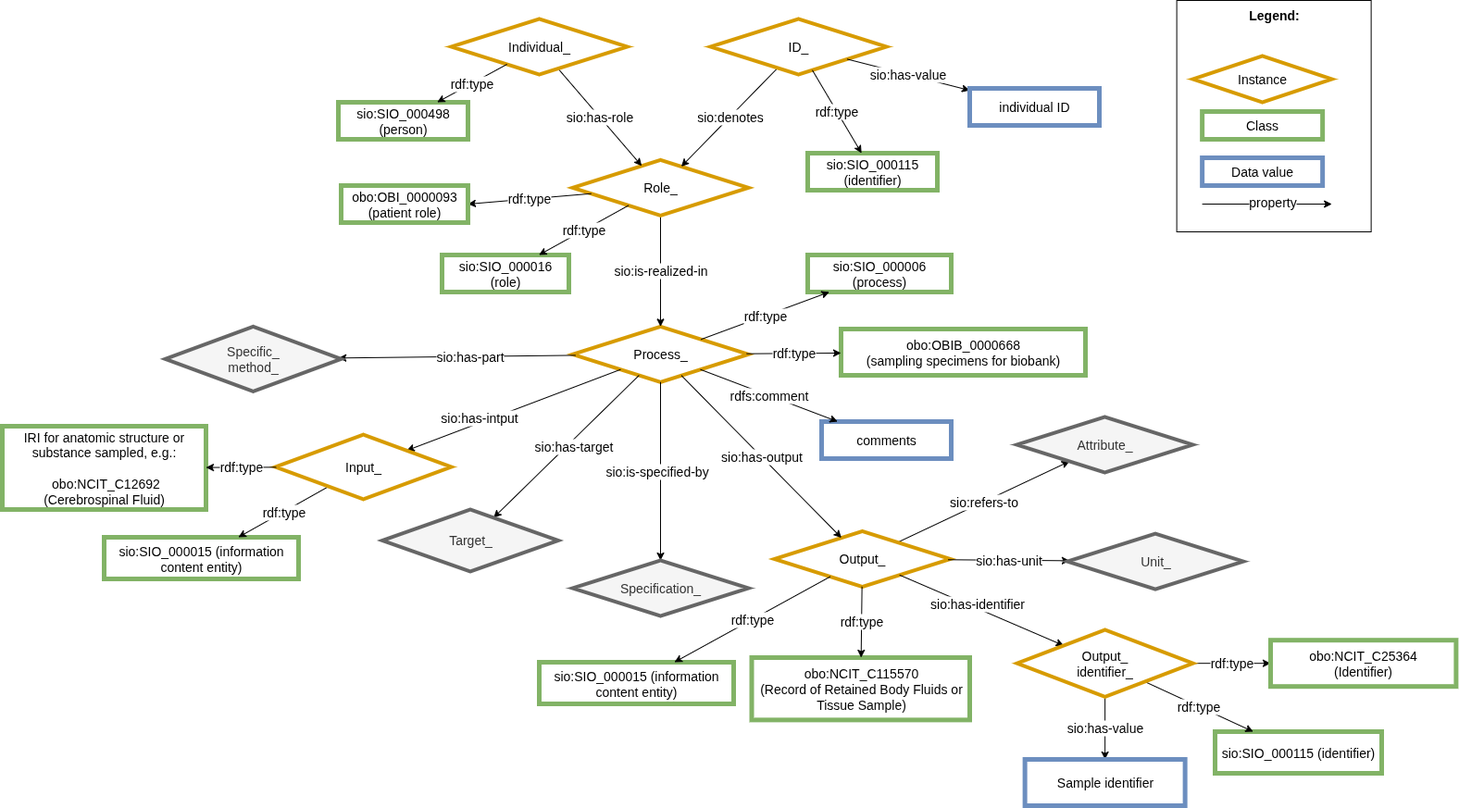
Earlier version of the draw.io export images/CARE-SM-Biobank.drawio.png (CARE-SM/CARE-Semantic-Model). Source tidied: cells renumbered, new cells last; positions are measured from the earlier drawing's top-left corner, leaving out a move shared by most shapes.
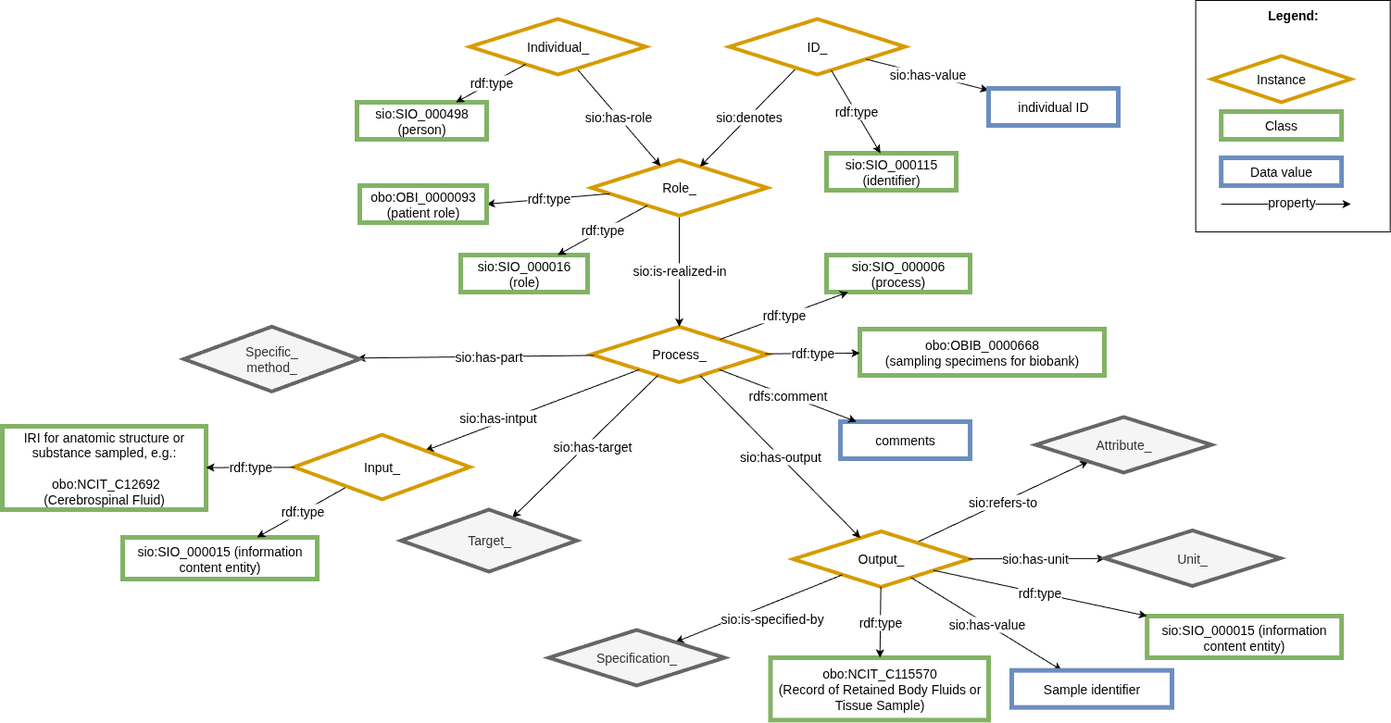
The same diagram one commit later.

Diff of the diagram source:
```diff
@@ -18,7 +18,7 @@
       <mxGeometry x="870" y="275" width="155" height="40" as="geometry" />
     </mxCell>
     <mxCell id="7" value="&lt;font style=&quot;font-size: 14px;&quot;&gt;sio:SIO_000015 (information content entity)&lt;/font&gt;" style="whiteSpace=wrap;html=1;fillColor=#FFFFFF;strokeColor=#82b366;strokeWidth=5;fontSize=14;" parent="1" vertex="1">
-      <mxGeometry x="580" y="715" width="210" height="45" as="geometry" />
+      <mxGeometry x="1216.1" y="665" width="210" height="45" as="geometry" />
     </mxCell>
     <mxCell id="8" value="Role_" style="rhombus;whiteSpace=wrap;html=1;fillColor=#FFFFFF;strokeColor=#D79B00;perimeter=rhombusPerimeter;arcSize=20;comic=0;enumerate=0;strokeWidth=4;rounded=0;fontSize=14;" parent="1" vertex="1">
       <mxGeometry x="616" y="172.4" width="190" height="60" as="geometry" />
@@ -55,7 +55,7 @@
         <mxPoint x="-61" y="18" as="offset" />
       </mxGeometry>
     </mxCell>
-    <mxCell id="19" style="edgeStyle=none;rounded=0;jettySize=auto;html=1;strokeWidth=1;fontSize=14;" parent="1" edge="1" source="4" target="21">
+    <mxCell id="19" style="edgeStyle=none;rounded=0;jettySize=auto;html=1;strokeWidth=1;fontSize=14;" parent="1" edge="1" source="3" target="21">
       <mxGeometry relative="1" as="geometry" />
     </mxCell>
     <mxCell id="20" value="sio:is-specified-by" style="edgeLabel;html=1;align=center;verticalAlign=middle;fontSize=14;" parent="19" vertex="1">
@@ -64,7 +64,7 @@
       </mxGeometry>
     </mxCell>
     <mxCell id="21" value="Specification_" style="rhombus;whiteSpace=wrap;html=1;fillColor=#f5f5f5;strokeColor=#666666;perimeter=rhombusPerimeter;arcSize=20;comic=0;enumerate=0;strokeWidth=4;rounded=0;fontSize=14;fontColor=#333333;" parent="1" vertex="1">
-      <mxGeometry x="616" y="605" width="190" height="60" as="geometry" />
+      <mxGeometry x="570" y="680" width="190" height="60" as="geometry" />
     </mxCell>
     <mxCell id="22" style="edgeStyle=none;rounded=0;jettySize=auto;html=1;fontSize=14;" parent="1" edge="1" source="3" target="53">
       <mxGeometry relative="1" as="geometry" />
@@ -114,31 +114,17 @@
         <mxPoint x="-13" y="1" as="offset" />
       </mxGeometry>
     </mxCell>
-    <mxCell id="35" style="edgeStyle=none;rounded=0;jettySize=auto;html=1;fontSize=14;" parent="1" edge="1" source="3" target="55">
-      <mxGeometry relative="1" as="geometry" />
-    </mxCell>
-    <mxCell id="36" value="sio:has-identifier" style="edgeLabel;html=1;align=center;verticalAlign=middle;fontSize=14;" parent="35" vertex="1">
-      <mxGeometry x="-0.21" y="-1" relative="1" as="geometry">
-        <mxPoint x="13" y="-1" as="offset" />
-      </mxGeometry>
-    </mxCell>
     <mxCell id="37" value="rdf:type" style="edgeStyle=none;rounded=0;jettySize=auto;html=1;fontSize=14;" parent="1" edge="1" source="8" target="14">
       <mxGeometry relative="1" as="geometry" />
     </mxCell>
     <mxCell id="38" value="rdf:type" style="edgeStyle=none;rounded=0;jettySize=auto;html=1;fontSize=14;" parent="1" edge="1" source="10" target="15">
       <mxGeometry relative="1" as="geometry" />
     </mxCell>
-    <mxCell id="39" value="rdf:type" style="edgeStyle=none;rounded=0;jettySize=auto;html=1;fontSize=14;" parent="1" edge="1" source="55" target="40">
-      <mxGeometry relative="1" as="geometry" />
-    </mxCell>
-    <mxCell id="40" value="&lt;div style=&quot;font-size: 14px;&quot;&gt;obo:NCIT_C25364&lt;/div&gt;&lt;div style=&quot;font-size: 14px;&quot;&gt;(Identifier)&lt;/div&gt;" style="whiteSpace=wrap;html=1;fillColor=#FFFFFF;strokeColor=#82b366;strokeWidth=5;fontSize=14;" parent="1" vertex="1">
-      <mxGeometry x="1370" y="691.2" width="200.4" height="50" as="geometry" />
-    </mxCell>
-    <mxCell id="41" value="sio:has-value" style="rounded=0;jettySize=auto;html=1;fontSize=14;" parent="1" edge="1" source="55" target="42">
+    <mxCell id="41" value="sio:has-value" style="rounded=0;jettySize=auto;html=1;fontSize=14;" parent="1" edge="1" source="3" target="42">
       <mxGeometry relative="1" as="geometry" />
     </mxCell>
     <mxCell id="42" value="&lt;div style=&quot;font-size: 14px;&quot;&gt;Sample identifier&lt;/div&gt;" style="whiteSpace=wrap;html=1;fillColor=#FFFFFF;strokeColor=#6c8ebf;strokeWidth=5;fontSize=14;" parent="1" vertex="1">
-      <mxGeometry x="1104.6" y="820" width="173" height="50" as="geometry" />
+      <mxGeometry x="1070" y="723.7" width="173" height="40" as="geometry" />
     </mxCell>
     <mxCell id="43" value="rdf:type" style="edgeStyle=none;rounded=0;jettySize=auto;html=1;entryX=1;entryY=0.5;entryDx=0;entryDy=0;fontSize=14;" parent="1" edge="1" source="8" target="44">
       <mxGeometry relative="1" as="geometry" />
@@ -167,18 +153,9 @@
     <mxCell id="51" value="rdf:type" style="edgeStyle=none;rounded=0;jettySize=auto;html=1;fontSize=14;" parent="1" edge="1" source="4" target="6">
       <mxGeometry relative="1" as="geometry" />
     </mxCell>
-    <mxCell id="52" value="&lt;font style=&quot;font-size: 14px;&quot;&gt;sio:SIO_000115 (identifier)&lt;/font&gt;" style="whiteSpace=wrap;html=1;fillColor=#FFFFFF;strokeColor=#82b366;strokeWidth=5;fontSize=14;" parent="1" vertex="1">
-      <mxGeometry x="1310" y="790" width="180" height="45" as="geometry" />
-    </mxCell>
     <mxCell id="53" value="Unit_" style="rhombus;whiteSpace=wrap;html=1;fillColor=#f5f5f5;strokeColor=#666666;perimeter=rhombusPerimeter;arcSize=20;comic=0;enumerate=0;strokeWidth=4;rounded=0;fontSize=14;fontColor=#333333;" parent="1" vertex="1">
-      <mxGeometry x="1150.5" y="576.1" width="190" height="60" as="geometry" />
+      <mxGeometry x="1170" y="572.5" width="190" height="60" as="geometry" />
     </mxCell>
-    <mxCell id="54" value="rdf:type" style="edgeStyle=none;rounded=0;jettySize=auto;html=1;fontSize=14;" parent="1" edge="1" source="55" target="52">
-      <mxGeometry relative="1" as="geometry" />
-    </mxCell>
-    <mxCell id="55" value="Output_&lt;div&gt;identifier_&lt;/div&gt;" style="rhombus;whiteSpace=wrap;html=1;fillColor=#FFFFFF;strokeColor=#D79B00;perimeter=rhombusPerimeter;arcSize=20;comic=0;enumerate=0;strokeWidth=4;rounded=0;fontSize=14;" parent="1" vertex="1">
-      <mxGeometry x="1096.1" y="680" width="190" height="72.4" as="geometry" />
-    </mxCell>
     <mxCell id="56" value="Target_" style="rhombus;whiteSpace=wrap;html=1;fillColor=#f5f5f5;strokeColor=#666666;perimeter=rhombusPerimeter;arcSize=20;comic=0;enumerate=0;strokeWidth=4;rounded=0;fontColor=#333333;fontSize=14;" parent="1" vertex="1">
       <mxGeometry x="410.5" y="550" width="190" height="67" as="geometry" />
     </mxCell>
@@ -198,7 +175,7 @@
       <mxGeometry x="295" y="469.1" width="190" height="69.8" as="geometry" />
     </mxCell>
     <mxCell id="62" value="&lt;div style=&quot;font-size: 14px;&quot;&gt;&lt;div style=&quot;font-size: 14px;&quot;&gt;&lt;div style=&quot;font-size: 14px;&quot;&gt;IRI for anatomic structure or substance sampled,&amp;nbsp;&lt;span style=&quot;background-color: transparent; color: light-dark(rgb(0, 0, 0), rgb(255, 255, 255));&quot;&gt;e.g.:&lt;/span&gt;&lt;/div&gt;&lt;div style=&quot;font-size: 14px;&quot;&gt;&lt;span style=&quot;background-color: transparent; color: light-dark(rgb(0, 0, 0), rgb(255, 255, 255));&quot;&gt;&lt;br&gt;&lt;/span&gt;&lt;/div&gt;&lt;div style=&quot;font-size: 14px;&quot;&gt;&lt;span style=&quot;background-color: transparent; color: light-dark(rgb(0, 0, 0), rgb(255, 255, 255));&quot;&gt;&amp;nbsp;obo:NCIT_C12692&lt;/span&gt;&lt;/div&gt;&lt;div style=&quot;font-size: 14px;&quot;&gt;(Cerebrospinal Fluid)&lt;/div&gt;&lt;/div&gt;&lt;/div&gt;" style="whiteSpace=wrap;html=1;fillColor=#FFFFFF;strokeColor=#82b366;strokeWidth=5;fontSize=14;" parent="1" vertex="1">
-      <mxGeometry y="460" width="220" height="90" as="geometry" />
+      <mxGeometry x="-20" y="460" width="220" height="90" as="geometry" />
     </mxCell>
     <mxCell id="63" value="rdf:type" style="edgeStyle=none;rounded=0;jettySize=auto;html=1;fontSize=14;" parent="1" edge="1" source="61" target="62">
       <mxGeometry relative="1" as="geometry" />
```
